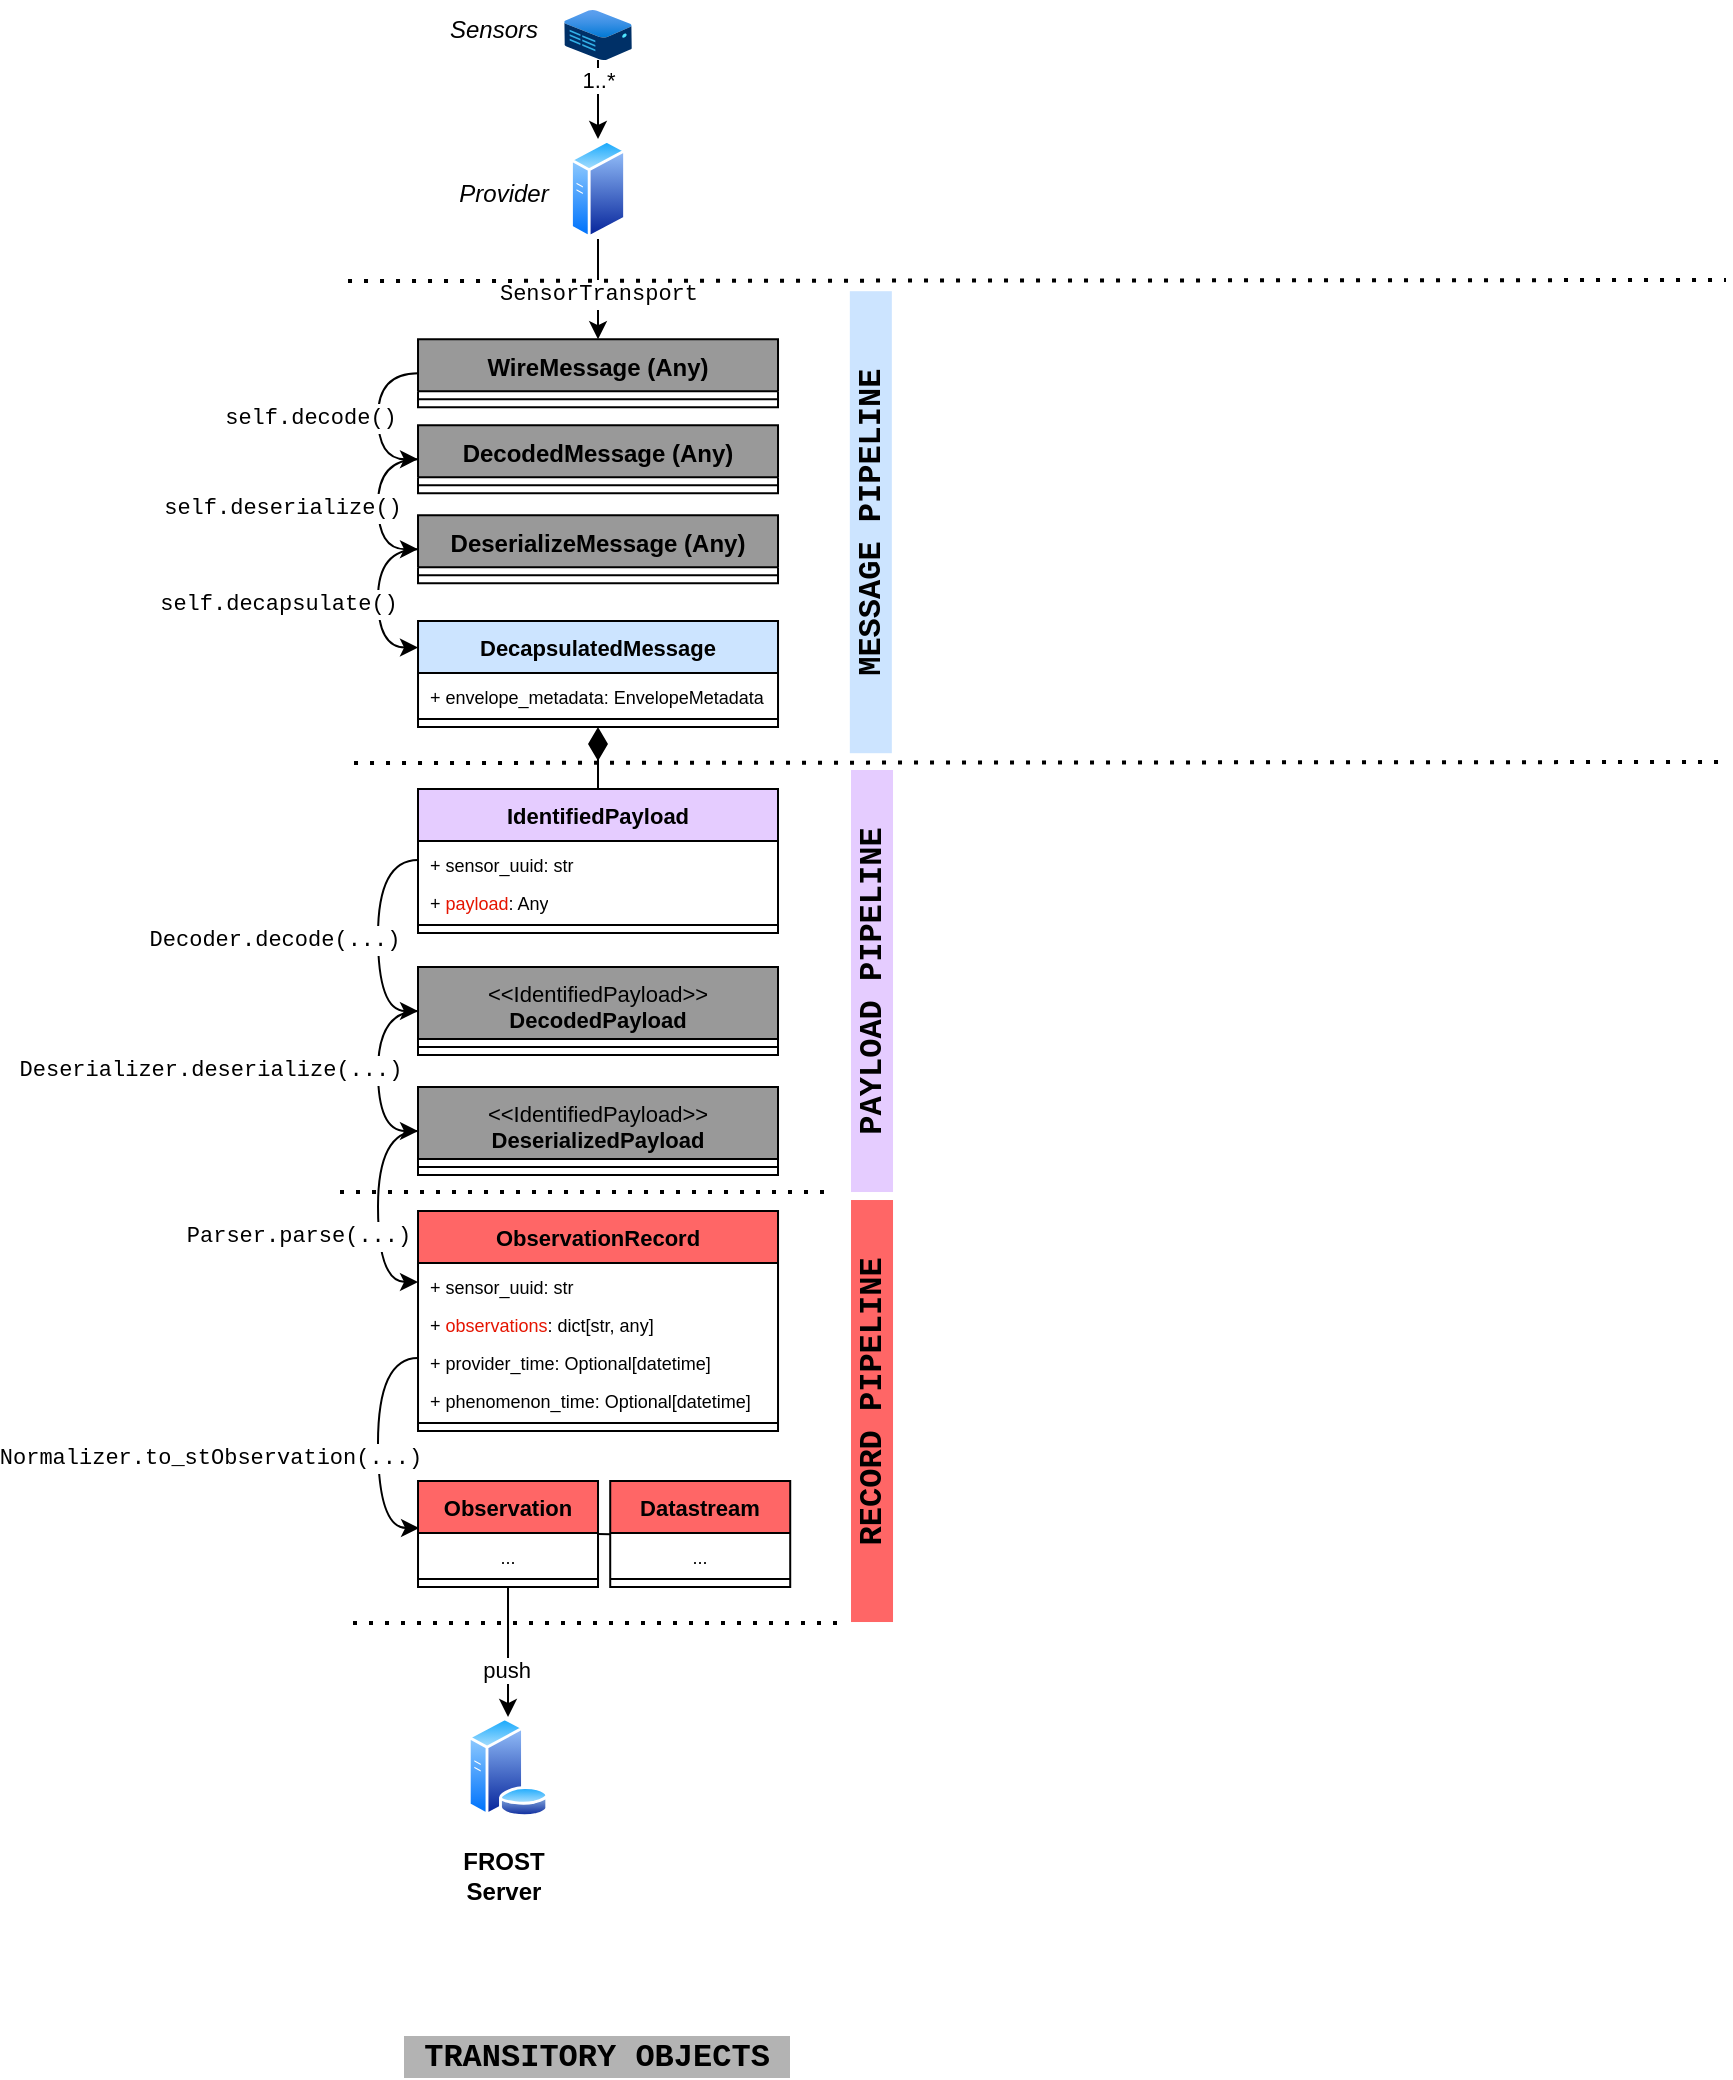
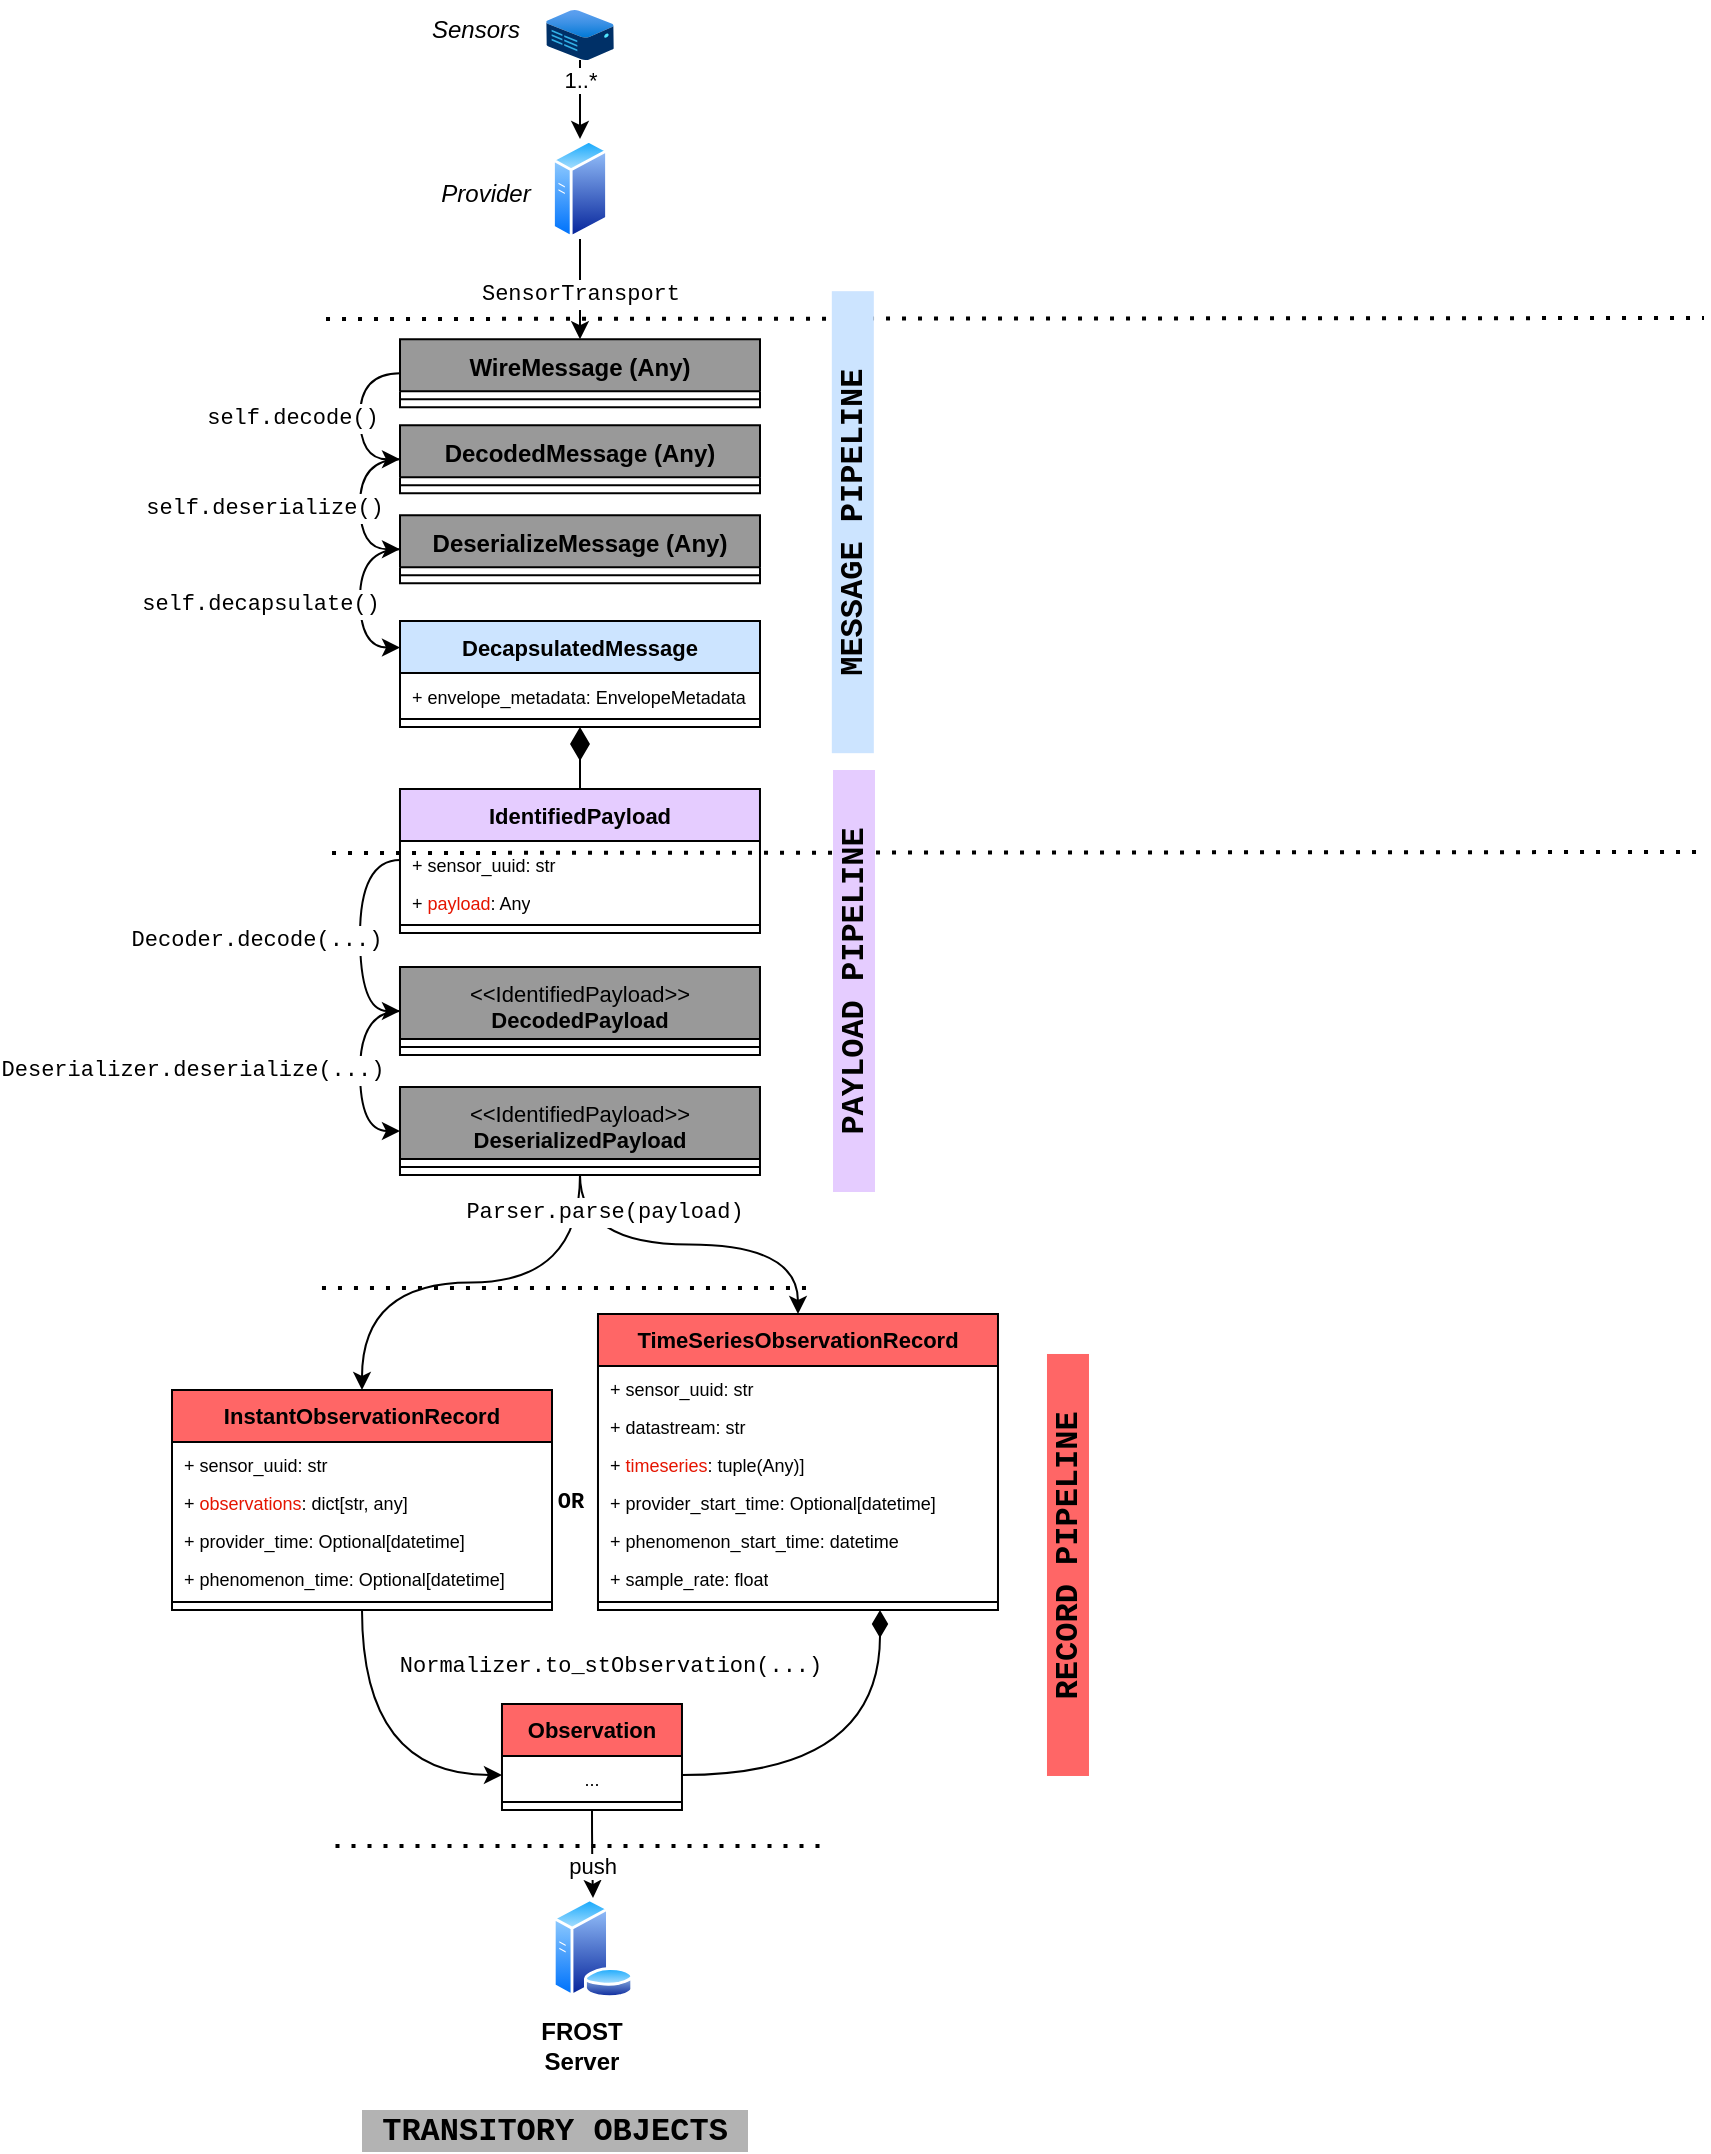
<mxfile host="app.diagrams.net">
  <diagram name="Page-1" id="zslSuMcQuhMjCawqLiqm">
-     <mxGraphModel dx="1692" dy="615" grid="0" gridSize="10" guides="1" tooltips="1" connect="1" arrows="1" fold="1" page="1" pageScale="1" pageWidth="827" pageHeight="1169" math="0" shadow="0">
+     <mxGraphModel dx="1725" dy="638" grid="0" gridSize="10" guides="1" tooltips="1" connect="1" arrows="1" fold="1" page="1" pageScale="1" pageWidth="827" pageHeight="1169" math="0" shadow="0">
      <root>
        <mxCell id="0" />
        <mxCell id="1" parent="0" />
        <mxCell id="wViumKwiQ37OSFoqWwF8-10" edge="1" parent="1" source="pTr_LYJ15uaenPGCWmsZ-1" style="edgeStyle=orthogonalEdgeStyle;rounded=0;orthogonalLoop=1;jettySize=auto;html=1;" target="wViumKwiQ37OSFoqWwF8-6">
          <mxGeometry relative="1" as="geometry" />
        </mxCell>
        <mxCell id="wViumKwiQ37OSFoqWwF8-11" connectable="0" parent="wViumKwiQ37OSFoqWwF8-10" style="edgeLabel;html=1;align=center;verticalAlign=middle;resizable=0;points=[];" value="&lt;div&gt;&lt;font face=&quot;Courier New&quot;&gt;SensorTransport&lt;/font&gt;&lt;/div&gt;" vertex="1">
          <mxGeometry relative="1" x="0.2603" as="geometry">
            <mxPoint y="-4" as="offset" />
          </mxGeometry>
        </mxCell>
        <mxCell id="pTr_LYJ15uaenPGCWmsZ-1" parent="1" style="image;aspect=fixed;perimeter=ellipsePerimeter;html=1;align=center;shadow=0;dashed=0;spacingTop=3;image=img/lib/active_directory/generic_server.svg;" value="" vertex="1">
-           <mxGeometry height="50" width="28.000000000000004" x="-427.99" y="153.5" as="geometry" />
+           <mxGeometry height="50" width="28.000000000000004" x="-426" y="108.5" as="geometry" />
        </mxCell>
        <mxCell id="pTr_LYJ15uaenPGCWmsZ-2" parent="1" style="text;html=1;whiteSpace=wrap;strokeColor=none;fillColor=none;align=center;verticalAlign=middle;rounded=0;" value="&lt;i&gt;Provider&lt;/i&gt;" vertex="1">
-           <mxGeometry height="30" width="60" x="-490.89" y="166" as="geometry" />
+           <mxGeometry height="30" width="60" x="-488.9" y="121" as="geometry" />
        </mxCell>
        <mxCell id="pTr_LYJ15uaenPGCWmsZ-45" edge="1" parent="1" source="pTr_LYJ15uaenPGCWmsZ-43" style="edgeStyle=orthogonalEdgeStyle;rounded=0;orthogonalLoop=1;jettySize=auto;html=1;" target="pTr_LYJ15uaenPGCWmsZ-1">
          <mxGeometry relative="1" as="geometry" />
        </mxCell>
        <mxCell id="wViumKwiQ37OSFoqWwF8-41" connectable="0" parent="pTr_LYJ15uaenPGCWmsZ-45" style="edgeLabel;html=1;align=center;verticalAlign=middle;resizable=0;points=[];fontFamily=Helvetica;fontSize=11;fontColor=default;labelBackgroundColor=default;" value="1..*" vertex="1">
          <mxGeometry relative="1" x="-0.6528" as="geometry">
            <mxPoint y="3" as="offset" />
          </mxGeometry>
        </mxCell>
        <mxCell id="pTr_LYJ15uaenPGCWmsZ-43" parent="1" style="image;aspect=fixed;html=1;points=[];align=center;fontSize=12;image=img/lib/azure2/other/Defender_Sensor.svg;" value="" vertex="1">
-           <mxGeometry height="25" width="33.81" x="-430.89" y="89" as="geometry" />
+           <mxGeometry height="25" width="33.81" x="-428.9" y="44" as="geometry" />
        </mxCell>
        <mxCell id="pTr_LYJ15uaenPGCWmsZ-46" parent="1" style="text;html=1;whiteSpace=wrap;strokeColor=none;fillColor=none;align=center;verticalAlign=middle;rounded=0;" value="&lt;i&gt;Sensors&lt;/i&gt;" vertex="1">
-           <mxGeometry height="30" width="60" x="-495.99" y="84" as="geometry" />
+           <mxGeometry height="30" width="60" x="-494" y="39" as="geometry" />
        </mxCell>
        <mxCell id="pTr_LYJ15uaenPGCWmsZ-48" parent="1" style="image;aspect=fixed;perimeter=ellipsePerimeter;html=1;align=center;shadow=0;dashed=0;spacingTop=3;image=img/lib/active_directory/database_server.svg;" value="" vertex="1">
-           <mxGeometry height="50" width="41" x="-479.49" y="942.5" as="geometry" />
+           <mxGeometry height="50" width="41" x="-426" y="987.9999999999998" as="geometry" />
        </mxCell>
        <mxCell id="wViumKwiQ37OSFoqWwF8-19" edge="1" parent="1" source="wViumKwiQ37OSFoqWwF8-6" style="edgeStyle=orthogonalEdgeStyle;rounded=0;orthogonalLoop=1;jettySize=auto;html=1;entryX=0;entryY=0.5;entryDx=0;entryDy=0;curved=1;exitX=0;exitY=0.5;exitDx=0;exitDy=0;" target="wViumKwiQ37OSFoqWwF8-12">
          <mxGeometry relative="1" as="geometry" />
        </mxCell>
        <mxCell id="wViumKwiQ37OSFoqWwF8-22" connectable="0" parent="wViumKwiQ37OSFoqWwF8-19" style="edgeLabel;html=1;align=center;verticalAlign=middle;resizable=0;points=[];fontFamily=Helvetica;fontSize=11;fontColor=default;labelBackgroundColor=default;" value="&lt;font face=&quot;Courier New&quot;&gt;self.decode()&lt;/font&gt;" vertex="1">
          <mxGeometry relative="1" x="-0.1099" y="-2" as="geometry">
            <mxPoint x="-32" y="5" as="offset" />
          </mxGeometry>
        </mxCell>
        <mxCell id="wViumKwiQ37OSFoqWwF8-6" parent="1" style="swimlane;fontStyle=1;align=center;verticalAlign=top;childLayout=stackLayout;horizontal=1;startSize=26;horizontalStack=0;resizeParent=1;resizeParentMax=0;resizeLast=0;collapsible=1;marginBottom=0;whiteSpace=wrap;html=1;fillColor=#999999;" value="&lt;div&gt;&lt;span style=&quot;background-color: transparent; color: light-dark(rgb(0, 0, 0), rgb(255, 255, 255));&quot;&gt;WireMessage (Any)&lt;/span&gt;&lt;/div&gt;" vertex="1">
-           <mxGeometry height="34" width="180" x="-503.99" y="253.58999999999997" as="geometry" />
+           <mxGeometry height="34" width="180" x="-502" y="208.58999999999997" as="geometry" />
        </mxCell>
        <mxCell id="wViumKwiQ37OSFoqWwF8-8" parent="wViumKwiQ37OSFoqWwF8-6" style="line;strokeWidth=1;fillColor=none;align=left;verticalAlign=middle;spacingTop=-1;spacingLeft=3;spacingRight=3;rotatable=0;labelPosition=right;points=[];portConstraint=eastwest;strokeColor=inherit;" value="" vertex="1">
          <mxGeometry height="8" width="180" y="26" as="geometry" />
        </mxCell>
        <mxCell id="wViumKwiQ37OSFoqWwF8-21" edge="1" parent="1" source="wViumKwiQ37OSFoqWwF8-12" style="edgeStyle=orthogonalEdgeStyle;shape=connector;curved=1;rounded=0;orthogonalLoop=1;jettySize=auto;html=1;entryX=0;entryY=0.5;entryDx=0;entryDy=0;strokeColor=default;align=center;verticalAlign=middle;fontFamily=Helvetica;fontSize=11;fontColor=default;labelBackgroundColor=default;endArrow=classic;exitX=0;exitY=0.5;exitDx=0;exitDy=0;" target="wViumKwiQ37OSFoqWwF8-14">
          <mxGeometry relative="1" as="geometry" />
        </mxCell>
        <mxCell id="wViumKwiQ37OSFoqWwF8-12" parent="1" style="swimlane;fontStyle=1;align=center;verticalAlign=top;childLayout=stackLayout;horizontal=1;startSize=26;horizontalStack=0;resizeParent=1;resizeParentMax=0;resizeLast=0;collapsible=1;marginBottom=0;whiteSpace=wrap;html=1;fillColor=#999999;" value="&lt;div&gt;&lt;span style=&quot;background-color: transparent; color: light-dark(rgb(0, 0, 0), rgb(255, 255, 255));&quot;&gt;DecodedMessage (Any)&lt;/span&gt;&lt;/div&gt;" vertex="1">
-           <mxGeometry height="34" width="180" x="-503.99" y="296.59" as="geometry" />
+           <mxGeometry height="34" width="180" x="-502" y="251.58999999999997" as="geometry" />
        </mxCell>
        <mxCell id="wViumKwiQ37OSFoqWwF8-13" parent="wViumKwiQ37OSFoqWwF8-12" style="line;strokeWidth=1;fillColor=none;align=left;verticalAlign=middle;spacingTop=-1;spacingLeft=3;spacingRight=3;rotatable=0;labelPosition=right;points=[];portConstraint=eastwest;strokeColor=inherit;" value="" vertex="1">
          <mxGeometry height="8" width="180" y="26" as="geometry" />
        </mxCell>
        <mxCell id="wViumKwiQ37OSFoqWwF8-38" edge="1" parent="1" source="wViumKwiQ37OSFoqWwF8-14" style="edgeStyle=orthogonalEdgeStyle;shape=connector;curved=1;rounded=0;orthogonalLoop=1;jettySize=auto;html=1;entryX=0;entryY=0.25;entryDx=0;entryDy=0;strokeColor=default;align=center;verticalAlign=middle;fontFamily=Helvetica;fontSize=11;fontColor=default;labelBackgroundColor=default;endArrow=classic;exitX=0;exitY=0.5;exitDx=0;exitDy=0;" target="wViumKwiQ37OSFoqWwF8-27">
          <mxGeometry relative="1" as="geometry" />
        </mxCell>
        <mxCell id="wViumKwiQ37OSFoqWwF8-14" parent="1" style="swimlane;fontStyle=1;align=center;verticalAlign=top;childLayout=stackLayout;horizontal=1;startSize=26;horizontalStack=0;resizeParent=1;resizeParentMax=0;resizeLast=0;collapsible=1;marginBottom=0;whiteSpace=wrap;html=1;fillColor=#999999;" value="&lt;div&gt;&lt;span style=&quot;background-color: transparent; color: light-dark(rgb(0, 0, 0), rgb(255, 255, 255));&quot;&gt;DeserializeMessage (Any)&lt;/span&gt;&lt;/div&gt;" vertex="1">
-           <mxGeometry height="34" width="180" x="-503.99" y="341.59" as="geometry" />
+           <mxGeometry height="34" width="180" x="-502" y="296.59" as="geometry" />
        </mxCell>
        <mxCell id="wViumKwiQ37OSFoqWwF8-15" parent="wViumKwiQ37OSFoqWwF8-14" style="line;strokeWidth=1;fillColor=none;align=left;verticalAlign=middle;spacingTop=-1;spacingLeft=3;spacingRight=3;rotatable=0;labelPosition=right;points=[];portConstraint=eastwest;strokeColor=inherit;" value="" vertex="1">
          <mxGeometry height="8" width="180" y="26" as="geometry" />
        </mxCell>
        <mxCell id="wViumKwiQ37OSFoqWwF8-23" connectable="0" parent="1" style="edgeLabel;html=1;align=center;verticalAlign=middle;resizable=0;points=[];fontFamily=Helvetica;fontSize=11;fontColor=default;labelBackgroundColor=default;" value="&lt;font face=&quot;Courier New&quot;&gt;self.deserialize()&lt;/font&gt;" vertex="1">
-           <mxGeometry x="-571.99" y="337.5" as="geometry" />
+           <mxGeometry x="-570" y="292.5" as="geometry" />
        </mxCell>
        <mxCell id="wViumKwiQ37OSFoqWwF8-27" parent="1" style="swimlane;fontStyle=1;align=center;verticalAlign=top;childLayout=stackLayout;horizontal=1;startSize=26;horizontalStack=0;resizeParent=1;resizeParentMax=0;resizeLast=0;collapsible=1;marginBottom=0;whiteSpace=wrap;html=1;fontFamily=Helvetica;fontSize=11;fontColor=default;labelBackgroundColor=none;gradientColor=none;fillColor=#CCE4FF;" value="DecapsulatedMessage" vertex="1">
-           <mxGeometry height="53" width="180" x="-503.99" y="394.5" as="geometry" />
+           <mxGeometry height="53" width="180" x="-502" y="349.5" as="geometry" />
        </mxCell>
        <mxCell id="wViumKwiQ37OSFoqWwF8-28" parent="wViumKwiQ37OSFoqWwF8-27" style="text;strokeColor=none;fillColor=none;align=left;verticalAlign=top;spacingLeft=4;spacingRight=4;overflow=hidden;rotatable=0;points=[[0,0.5],[1,0.5]];portConstraint=eastwest;whiteSpace=wrap;html=1;fontFamily=Helvetica;fontSize=9;fontColor=default;labelBackgroundColor=default;" value="+ envelope_metadata: EnvelopeMetadata" vertex="1">
          <mxGeometry height="19" width="180" y="26" as="geometry" />
        </mxCell>
        <mxCell id="wViumKwiQ37OSFoqWwF8-29" parent="wViumKwiQ37OSFoqWwF8-27" style="line;strokeWidth=1;fillColor=none;align=left;verticalAlign=middle;spacingTop=-1;spacingLeft=3;spacingRight=3;rotatable=0;labelPosition=right;points=[];portConstraint=eastwest;strokeColor=inherit;fontFamily=Helvetica;fontSize=11;fontColor=default;labelBackgroundColor=default;" value="" vertex="1">
          <mxGeometry height="8" width="180" y="45" as="geometry" />
        </mxCell>
        <mxCell id="wViumKwiQ37OSFoqWwF8-66" edge="1" parent="1" source="wViumKwiQ37OSFoqWwF8-37" style="edgeStyle=orthogonalEdgeStyle;shape=connector;rounded=0;orthogonalLoop=1;jettySize=auto;html=1;entryX=0;entryY=0.5;entryDx=0;entryDy=0;strokeColor=default;align=center;verticalAlign=middle;fontFamily=Helvetica;fontSize=11;fontColor=default;labelBackgroundColor=default;endArrow=classic;endFill=1;endSize=6;curved=1;exitX=0;exitY=0.5;exitDx=0;exitDy=0;" target="wViumKwiQ37OSFoqWwF8-59">
          <mxGeometry relative="1" as="geometry" />
        </mxCell>
        <mxCell id="wViumKwiQ37OSFoqWwF8-72" connectable="0" parent="wViumKwiQ37OSFoqWwF8-66" style="edgeLabel;html=1;align=center;verticalAlign=middle;resizable=0;points=[];fontFamily=Helvetica;fontSize=11;fontColor=default;labelBackgroundColor=default;" value="&lt;font face=&quot;Courier New&quot;&gt;Decoder.decode(...)&lt;/font&gt;" vertex="1">
          <mxGeometry relative="1" x="0.0183" y="-1" as="geometry">
            <mxPoint x="-51" y="1" as="offset" />
          </mxGeometry>
        </mxCell>
        <mxCell id="wViumKwiQ37OSFoqWwF8-77" edge="1" parent="1" source="wViumKwiQ37OSFoqWwF8-32" style="edgeStyle=orthogonalEdgeStyle;shape=connector;curved=1;rounded=0;orthogonalLoop=1;jettySize=auto;html=1;strokeColor=default;align=center;verticalAlign=middle;fontFamily=Helvetica;fontSize=11;fontColor=default;labelBackgroundColor=default;endArrow=diamondThin;endFill=1;endSize=14;" target="wViumKwiQ37OSFoqWwF8-27">
          <mxGeometry relative="1" as="geometry" />
        </mxCell>
        <mxCell id="wViumKwiQ37OSFoqWwF8-32" parent="1" style="swimlane;fontStyle=1;align=center;verticalAlign=top;childLayout=stackLayout;horizontal=1;startSize=26;horizontalStack=0;resizeParent=1;resizeParentMax=0;resizeLast=0;collapsible=1;marginBottom=0;whiteSpace=wrap;html=1;fontFamily=Helvetica;fontSize=11;fontColor=default;labelBackgroundColor=none;gradientColor=none;fillColor=#E5CCFF;" value="IdentifiedPayload" vertex="1">
-           <mxGeometry height="72" width="180" x="-504" y="478.5" as="geometry" />
+           <mxGeometry height="72" width="180" x="-502.01" y="433.5" as="geometry" />
        </mxCell>
        <mxCell id="wViumKwiQ37OSFoqWwF8-37" parent="wViumKwiQ37OSFoqWwF8-32" style="text;strokeColor=none;fillColor=none;align=left;verticalAlign=top;spacingLeft=4;spacingRight=4;overflow=hidden;rotatable=0;points=[[0,0.5],[1,0.5]];portConstraint=eastwest;whiteSpace=wrap;html=1;fontFamily=Helvetica;fontSize=9;fontColor=default;labelBackgroundColor=default;" value="+ sensor_uuid: str" vertex="1">
          <mxGeometry height="19" width="180" y="26" as="geometry" />
        </mxCell>
        <mxCell id="wViumKwiQ37OSFoqWwF8-33" parent="wViumKwiQ37OSFoqWwF8-32" style="text;strokeColor=none;fillColor=none;align=left;verticalAlign=top;spacingLeft=4;spacingRight=4;overflow=hidden;rotatable=0;points=[[0,0.5],[1,0.5]];portConstraint=eastwest;whiteSpace=wrap;html=1;fontFamily=Helvetica;fontSize=9;fontColor=default;labelBackgroundColor=default;" value="+ &lt;font style=&quot;color: rgb(229, 20, 0);&quot;&gt;payload&lt;/font&gt;: Any" vertex="1">
          <mxGeometry height="19" width="180" y="45" as="geometry" />
        </mxCell>
        <mxCell id="wViumKwiQ37OSFoqWwF8-34" parent="wViumKwiQ37OSFoqWwF8-32" style="line;strokeWidth=1;fillColor=none;align=left;verticalAlign=middle;spacingTop=-1;spacingLeft=3;spacingRight=3;rotatable=0;labelPosition=right;points=[];portConstraint=eastwest;strokeColor=inherit;fontFamily=Helvetica;fontSize=11;fontColor=default;labelBackgroundColor=default;" value="" vertex="1">
          <mxGeometry height="8" width="180" y="64" as="geometry" />
        </mxCell>
        <mxCell id="wViumKwiQ37OSFoqWwF8-39" connectable="0" parent="1" style="edgeLabel;html=1;align=center;verticalAlign=middle;resizable=0;points=[];fontFamily=Helvetica;fontSize=11;fontColor=default;labelBackgroundColor=default;" value="&lt;font face=&quot;Courier New&quot;&gt;self.decapsulate()&lt;/font&gt;" vertex="1">
-           <mxGeometry x="-573.99" y="385.5" as="geometry" />
-         </mxCell>
-         <mxCell id="wViumKwiQ37OSFoqWwF8-92" edge="1" parent="1" source="wViumKwiQ37OSFoqWwF8-89" style="edgeStyle=orthogonalEdgeStyle;shape=connector;curved=1;rounded=0;orthogonalLoop=1;jettySize=auto;html=1;strokeColor=default;align=center;verticalAlign=middle;fontFamily=Helvetica;fontSize=11;fontColor=default;labelBackgroundColor=default;endArrow=classic;endFill=1;endSize=6;exitX=0;exitY=0.5;exitDx=0;exitDy=0;entryX=0.006;entryY=-0.13;entryDx=0;entryDy=0;entryPerimeter=0;" target="wViumKwiQ37OSFoqWwF8-85">
-           <mxGeometry relative="1" as="geometry">
-             <mxPoint x="-542.99" y="864.5" as="targetPoint" />
-           </mxGeometry>
-         </mxCell>
-         <mxCell id="wViumKwiQ37OSFoqWwF8-55" parent="1" style="swimlane;fontStyle=1;align=center;verticalAlign=top;childLayout=stackLayout;horizontal=1;startSize=26;horizontalStack=0;resizeParent=1;resizeParentMax=0;resizeLast=0;collapsible=1;marginBottom=0;whiteSpace=wrap;html=1;fontFamily=Helvetica;fontSize=11;fontColor=default;labelBackgroundColor=none;gradientColor=none;fillColor=#FF6666;" value="ObservationRecord" vertex="1">
-           <mxGeometry height="110" width="180" x="-503.99" y="689.5" as="geometry" />
+           <mxGeometry x="-572" y="340.5" as="geometry" />
+         </mxCell>
+         <mxCell id="fLMfXwi8_ERL1RYvXCFI-24" edge="1" parent="1" source="wViumKwiQ37OSFoqWwF8-55" style="edgeStyle=orthogonalEdgeStyle;shape=connector;curved=1;rounded=0;orthogonalLoop=1;jettySize=auto;html=1;strokeColor=default;align=center;verticalAlign=middle;fontFamily=Helvetica;fontSize=11;fontColor=default;labelBackgroundColor=default;endArrow=classic;endFill=1;endSize=6;" target="wViumKwiQ37OSFoqWwF8-85">
+           <mxGeometry relative="1" as="geometry" />
+         </mxCell>
+         <mxCell id="wViumKwiQ37OSFoqWwF8-55" parent="1" style="swimlane;fontStyle=1;align=center;verticalAlign=top;childLayout=stackLayout;horizontal=1;startSize=26;horizontalStack=0;resizeParent=1;resizeParentMax=0;resizeLast=0;collapsible=1;marginBottom=0;whiteSpace=wrap;html=1;fontFamily=Helvetica;fontSize=11;fontColor=default;labelBackgroundColor=none;gradientColor=none;fillColor=#FF6666;" value="InstantObservationRecord" vertex="1">
+           <mxGeometry height="110" width="190" x="-616" y="734" as="geometry" />
        </mxCell>
        <mxCell id="wViumKwiQ37OSFoqWwF8-56" parent="wViumKwiQ37OSFoqWwF8-55" style="text;strokeColor=none;fillColor=none;align=left;verticalAlign=top;spacingLeft=4;spacingRight=4;overflow=hidden;rotatable=0;points=[[0,0.5],[1,0.5]];portConstraint=eastwest;whiteSpace=wrap;html=1;fontFamily=Helvetica;fontSize=9;fontColor=default;labelBackgroundColor=default;" value="+ sensor_uuid: str" vertex="1">
-           <mxGeometry height="19" width="180" y="26" as="geometry" />
+           <mxGeometry height="19" width="190" y="26" as="geometry" />
        </mxCell>
        <mxCell id="wViumKwiQ37OSFoqWwF8-75" parent="wViumKwiQ37OSFoqWwF8-55" style="text;strokeColor=none;fillColor=none;align=left;verticalAlign=top;spacingLeft=4;spacingRight=4;overflow=hidden;rotatable=0;points=[[0,0.5],[1,0.5]];portConstraint=eastwest;whiteSpace=wrap;html=1;fontFamily=Helvetica;fontSize=9;fontColor=default;labelBackgroundColor=default;" value="+ &lt;font style=&quot;color: rgb(229, 20, 0);&quot;&gt;observations&lt;/font&gt;: dict[str, any]" vertex="1">
-           <mxGeometry height="19" width="180" y="45" as="geometry" />
+           <mxGeometry height="19" width="190" y="45" as="geometry" />
        </mxCell>
        <mxCell id="wViumKwiQ37OSFoqWwF8-89" parent="wViumKwiQ37OSFoqWwF8-55" style="text;strokeColor=none;fillColor=none;align=left;verticalAlign=top;spacingLeft=4;spacingRight=4;overflow=hidden;rotatable=0;points=[[0,0.5],[1,0.5]];portConstraint=eastwest;whiteSpace=wrap;html=1;fontFamily=Helvetica;fontSize=9;fontColor=default;labelBackgroundColor=default;" value="+ &lt;font style=&quot;color: rgb(0, 0, 0);&quot;&gt;provider_time&lt;/font&gt;: Optional[datetime]" vertex="1">
-           <mxGeometry height="19" width="180" y="64" as="geometry" />
+           <mxGeometry height="19" width="190" y="64" as="geometry" />
        </mxCell>
        <mxCell id="wViumKwiQ37OSFoqWwF8-90" parent="wViumKwiQ37OSFoqWwF8-55" style="text;strokeColor=none;fillColor=none;align=left;verticalAlign=top;spacingLeft=4;spacingRight=4;overflow=hidden;rotatable=0;points=[[0,0.5],[1,0.5]];portConstraint=eastwest;whiteSpace=wrap;html=1;fontFamily=Helvetica;fontSize=9;fontColor=default;labelBackgroundColor=default;" value="+ &lt;font style=&quot;color: rgb(0, 0, 0);&quot;&gt;phenomenon_time&lt;/font&gt;: Optional[datetime]" vertex="1">
-           <mxGeometry height="19" width="180" y="83" as="geometry" />
+           <mxGeometry height="19" width="190" y="83" as="geometry" />
        </mxCell>
        <mxCell id="wViumKwiQ37OSFoqWwF8-57" parent="wViumKwiQ37OSFoqWwF8-55" style="line;strokeWidth=1;fillColor=none;align=left;verticalAlign=middle;spacingTop=-1;spacingLeft=3;spacingRight=3;rotatable=0;labelPosition=right;points=[];portConstraint=eastwest;strokeColor=inherit;fontFamily=Helvetica;fontSize=11;fontColor=default;labelBackgroundColor=default;" value="" vertex="1">
-           <mxGeometry height="8" width="180" y="102" as="geometry" />
+           <mxGeometry height="8" width="190" y="102" as="geometry" />
        </mxCell>
        <mxCell id="wViumKwiQ37OSFoqWwF8-71" edge="1" parent="1" source="wViumKwiQ37OSFoqWwF8-59" style="edgeStyle=orthogonalEdgeStyle;shape=connector;curved=1;rounded=0;orthogonalLoop=1;jettySize=auto;html=1;strokeColor=default;align=center;verticalAlign=middle;fontFamily=Helvetica;fontSize=11;fontColor=default;labelBackgroundColor=default;endArrow=classic;endFill=1;endSize=6;entryX=0;entryY=0.5;entryDx=0;entryDy=0;exitX=0;exitY=0.5;exitDx=0;exitDy=0;" target="wViumKwiQ37OSFoqWwF8-67">
          <mxGeometry relative="1" as="geometry" />
        </mxCell>
        <mxCell id="wViumKwiQ37OSFoqWwF8-59" parent="1" style="swimlane;fontStyle=1;align=center;verticalAlign=top;childLayout=stackLayout;horizontal=1;startSize=36;horizontalStack=0;resizeParent=1;resizeParentMax=0;resizeLast=0;collapsible=1;marginBottom=0;whiteSpace=wrap;html=1;fontFamily=Helvetica;fontSize=11;fontColor=default;labelBackgroundColor=none;fillColor=#999999;" value="&lt;span style=&quot;font-weight: normal;&quot;&gt;&amp;lt;&amp;lt;IdentifiedPayload&amp;gt;&amp;gt;&lt;/span&gt;&lt;div&gt;DecodedPayload&lt;/div&gt;" vertex="1">
-           <mxGeometry height="44" width="180" x="-504" y="567.5" as="geometry" />
+           <mxGeometry height="44" width="180" x="-502.01" y="522.5" as="geometry" />
        </mxCell>
        <mxCell id="wViumKwiQ37OSFoqWwF8-61" parent="wViumKwiQ37OSFoqWwF8-59" style="line;strokeWidth=1;fillColor=none;align=left;verticalAlign=middle;spacingTop=-1;spacingLeft=3;spacingRight=3;rotatable=0;labelPosition=right;points=[];portConstraint=eastwest;strokeColor=inherit;fontFamily=Helvetica;fontSize=11;fontColor=default;labelBackgroundColor=default;" value="" vertex="1">
          <mxGeometry height="8" width="180" y="36" as="geometry" />
        </mxCell>
-         <mxCell id="wViumKwiQ37OSFoqWwF8-79" edge="1" parent="1" source="wViumKwiQ37OSFoqWwF8-67" style="edgeStyle=orthogonalEdgeStyle;shape=connector;curved=1;rounded=0;orthogonalLoop=1;jettySize=auto;html=1;entryX=0;entryY=0.5;entryDx=0;entryDy=0;strokeColor=default;align=center;verticalAlign=middle;fontFamily=Helvetica;fontSize=11;fontColor=default;labelBackgroundColor=default;endArrow=classic;endFill=1;endSize=6;exitX=0;exitY=0.5;exitDx=0;exitDy=0;" target="wViumKwiQ37OSFoqWwF8-56">
+         <mxCell id="wViumKwiQ37OSFoqWwF8-79" edge="1" parent="1" source="wViumKwiQ37OSFoqWwF8-67" style="edgeStyle=orthogonalEdgeStyle;shape=connector;curved=1;rounded=0;orthogonalLoop=1;jettySize=auto;html=1;entryX=0.5;entryY=0;entryDx=0;entryDy=0;strokeColor=default;align=center;verticalAlign=middle;fontFamily=Helvetica;fontSize=11;fontColor=default;labelBackgroundColor=default;endArrow=classic;endFill=1;endSize=6;exitX=0.5;exitY=1;exitDx=0;exitDy=0;" target="wViumKwiQ37OSFoqWwF8-55">
+           <mxGeometry relative="1" as="geometry" />
+         </mxCell>
+         <mxCell id="fLMfXwi8_ERL1RYvXCFI-21" edge="1" parent="1" source="wViumKwiQ37OSFoqWwF8-67" style="edgeStyle=orthogonalEdgeStyle;shape=connector;curved=1;rounded=0;orthogonalLoop=1;jettySize=auto;html=1;strokeColor=default;align=center;verticalAlign=middle;fontFamily=Helvetica;fontSize=11;fontColor=default;labelBackgroundColor=default;endArrow=classic;endFill=1;endSize=6;" target="fLMfXwi8_ERL1RYvXCFI-10">
          <mxGeometry relative="1" as="geometry" />
        </mxCell>
        <mxCell id="wViumKwiQ37OSFoqWwF8-67" parent="1" style="swimlane;fontStyle=1;align=center;verticalAlign=top;childLayout=stackLayout;horizontal=1;startSize=36;horizontalStack=0;resizeParent=1;resizeParentMax=0;resizeLast=0;collapsible=1;marginBottom=0;whiteSpace=wrap;html=1;fontFamily=Helvetica;fontSize=11;fontColor=default;labelBackgroundColor=none;fillColor=#999999;" value="&lt;span style=&quot;font-weight: normal;&quot;&gt;&amp;lt;&amp;lt;IdentifiedPayload&amp;gt;&amp;gt;&lt;/span&gt;&lt;div&gt;DeserializedPayload&lt;/div&gt;" vertex="1">
-           <mxGeometry height="44" width="180" x="-504" y="627.5" as="geometry" />
+           <mxGeometry height="44" width="180" x="-502.01" y="582.5" as="geometry" />
        </mxCell>
        <mxCell id="wViumKwiQ37OSFoqWwF8-68" parent="wViumKwiQ37OSFoqWwF8-67" style="line;strokeWidth=1;fillColor=none;align=left;verticalAlign=middle;spacingTop=-1;spacingLeft=3;spacingRight=3;rotatable=0;labelPosition=right;points=[];portConstraint=eastwest;strokeColor=inherit;fontFamily=Helvetica;fontSize=11;fontColor=default;labelBackgroundColor=default;" value="" vertex="1">
          <mxGeometry height="8" width="180" y="36" as="geometry" />
        </mxCell>
        <mxCell id="wViumKwiQ37OSFoqWwF8-74" connectable="0" parent="1" style="edgeLabel;html=1;align=center;verticalAlign=middle;resizable=0;points=[];fontFamily=Helvetica;fontSize=11;fontColor=default;labelBackgroundColor=default;" value="&lt;font face=&quot;Courier New&quot;&gt;Deserializer.deserialize(...)&lt;/font&gt;" vertex="1">
-           <mxGeometry x="-611" y="623.5" as="geometry">
+           <mxGeometry x="-609.01" y="578.5" as="geometry">
            <mxPoint x="3" y="-5" as="offset" />
          </mxGeometry>
        </mxCell>
-         <mxCell id="wViumKwiQ37OSFoqWwF8-80" connectable="0" parent="1" style="edgeLabel;html=1;align=center;verticalAlign=middle;resizable=0;points=[];fontFamily=Helvetica;fontSize=11;fontColor=default;labelBackgroundColor=default;" value="&lt;font face=&quot;Courier New&quot;&gt;Parser.parse(...)&lt;/font&gt;" vertex="1">
-           <mxGeometry x="-567" y="707" as="geometry">
+         <mxCell id="wViumKwiQ37OSFoqWwF8-80" connectable="0" parent="1" style="edgeLabel;html=1;align=center;verticalAlign=middle;resizable=0;points=[];fontFamily=Helvetica;fontSize=11;fontColor=default;labelBackgroundColor=default;" value="&lt;font face=&quot;Courier New&quot;&gt;Parser.parse(payload)&lt;/font&gt;" vertex="1">
+           <mxGeometry x="-403.01" y="650" as="geometry">
            <mxPoint x="3" y="-5" as="offset" />
          </mxGeometry>
        </mxCell>
        <mxCell id="wViumKwiQ37OSFoqWwF8-104" edge="1" parent="1" source="wViumKwiQ37OSFoqWwF8-84" style="edgeStyle=orthogonalEdgeStyle;shape=connector;curved=1;rounded=0;orthogonalLoop=1;jettySize=auto;html=1;strokeColor=default;align=center;verticalAlign=middle;fontFamily=Helvetica;fontSize=11;fontColor=default;labelBackgroundColor=default;endArrow=classic;endFill=1;endSize=6;" target="pTr_LYJ15uaenPGCWmsZ-48">
          <mxGeometry relative="1" as="geometry" />
        </mxCell>
        <mxCell id="wViumKwiQ37OSFoqWwF8-105" connectable="0" parent="wViumKwiQ37OSFoqWwF8-104" style="edgeLabel;html=1;align=center;verticalAlign=middle;resizable=0;points=[];fontFamily=Helvetica;fontSize=11;fontColor=default;labelBackgroundColor=default;" value="push" vertex="1">
          <mxGeometry relative="1" x="0.2795" y="-1" as="geometry">
            <mxPoint as="offset" />
          </mxGeometry>
        </mxCell>
        <mxCell id="wViumKwiQ37OSFoqWwF8-84" parent="1" style="swimlane;fontStyle=1;align=center;verticalAlign=top;childLayout=stackLayout;horizontal=1;startSize=26;horizontalStack=0;resizeParent=1;resizeParentMax=0;resizeLast=0;collapsible=1;marginBottom=0;whiteSpace=wrap;html=1;fontFamily=Helvetica;fontSize=11;fontColor=default;labelBackgroundColor=none;gradientColor=none;fillColor=#FF6666;" value="Observation" vertex="1">
-           <mxGeometry height="53" width="90" x="-503.99" y="824.5" as="geometry" />
+           <mxGeometry height="53" width="90" x="-451.01" y="891" as="geometry" />
        </mxCell>
        <mxCell id="wViumKwiQ37OSFoqWwF8-85" parent="wViumKwiQ37OSFoqWwF8-84" style="text;strokeColor=none;fillColor=none;align=center;verticalAlign=top;spacingLeft=4;spacingRight=4;overflow=hidden;rotatable=0;points=[[0,0.5],[1,0.5]];portConstraint=eastwest;whiteSpace=wrap;html=1;fontFamily=Helvetica;fontSize=9;fontColor=default;labelBackgroundColor=default;" value="..." vertex="1">
          <mxGeometry height="19" width="90" y="26" as="geometry" />
        </mxCell>
        <mxCell id="wViumKwiQ37OSFoqWwF8-87" parent="wViumKwiQ37OSFoqWwF8-84" style="line;strokeWidth=1;fillColor=none;align=left;verticalAlign=middle;spacingTop=-1;spacingLeft=3;spacingRight=3;rotatable=0;labelPosition=right;points=[];portConstraint=eastwest;strokeColor=inherit;fontFamily=Helvetica;fontSize=11;fontColor=default;labelBackgroundColor=default;" value="" vertex="1">
          <mxGeometry height="8" width="90" y="45" as="geometry" />
        </mxCell>
-         <mxCell id="wViumKwiQ37OSFoqWwF8-93" connectable="0" parent="1" style="edgeLabel;html=1;align=center;verticalAlign=middle;resizable=0;points=[];fontFamily=Helvetica;fontSize=11;fontColor=default;labelBackgroundColor=default;" value="&lt;font face=&quot;Courier New&quot;&gt;Normalizer.to_stObservation(...)&lt;/font&gt;" vertex="1">
-           <mxGeometry x="-611" y="817.5" as="geometry">
-             <mxPoint x="3" y="-5" as="offset" />
-           </mxGeometry>
-         </mxCell>
-         <mxCell id="wViumKwiQ37OSFoqWwF8-100" parent="1" style="swimlane;fontStyle=1;align=center;verticalAlign=top;childLayout=stackLayout;horizontal=1;startSize=26;horizontalStack=0;resizeParent=1;resizeParentMax=0;resizeLast=0;collapsible=1;marginBottom=0;whiteSpace=wrap;html=1;fontFamily=Helvetica;fontSize=11;fontColor=default;labelBackgroundColor=none;gradientColor=none;fillColor=#FF6666;" value="Datastream" vertex="1">
-           <mxGeometry height="53" width="90" x="-407.89" y="824.5" as="geometry" />
-         </mxCell>
-         <mxCell id="wViumKwiQ37OSFoqWwF8-101" parent="wViumKwiQ37OSFoqWwF8-100" style="text;strokeColor=none;fillColor=none;align=center;verticalAlign=top;spacingLeft=4;spacingRight=4;overflow=hidden;rotatable=0;points=[[0,0.5],[1,0.5]];portConstraint=eastwest;whiteSpace=wrap;html=1;fontFamily=Helvetica;fontSize=9;fontColor=default;labelBackgroundColor=default;" value="..." vertex="1">
-           <mxGeometry height="19" width="90" y="26" as="geometry" />
-         </mxCell>
-         <mxCell id="wViumKwiQ37OSFoqWwF8-103" parent="wViumKwiQ37OSFoqWwF8-100" style="line;strokeWidth=1;fillColor=none;align=left;verticalAlign=middle;spacingTop=-1;spacingLeft=3;spacingRight=3;rotatable=0;labelPosition=right;points=[];portConstraint=eastwest;strokeColor=inherit;fontFamily=Helvetica;fontSize=11;fontColor=default;labelBackgroundColor=default;" value="" vertex="1">
-           <mxGeometry height="8" width="90" y="45" as="geometry" />
-         </mxCell>
        <mxCell id="wViumKwiQ37OSFoqWwF8-106" parent="1" style="text;html=1;whiteSpace=wrap;strokeColor=none;fillColor=none;align=center;verticalAlign=middle;rounded=0;" value="&lt;b&gt;FROST&lt;/b&gt;&lt;div&gt;&lt;b&gt;Server&lt;/b&gt;&lt;/div&gt;" vertex="1">
-           <mxGeometry height="30" width="60" x="-490.89" y="1006.5" as="geometry" />
+           <mxGeometry height="30" width="60" x="-441.01" y="1047" as="geometry" />
        </mxCell>
        <mxCell id="wViumKwiQ37OSFoqWwF8-107" edge="1" parent="1" style="endArrow=none;dashed=1;html=1;dashPattern=1 3;strokeWidth=2;rounded=0;strokeColor=default;align=center;verticalAlign=middle;fontFamily=Helvetica;fontSize=11;fontColor=default;labelBackgroundColor=default;endSize=6;" value="">
          <mxGeometry height="50" relative="1" width="50" as="geometry">
            <mxPoint x="-535.99" y="465.5" as="sourcePoint" />
            <mxPoint x="150" y="465" as="targetPoint" />
          </mxGeometry>
        </mxCell>
        <mxCell id="wViumKwiQ37OSFoqWwF8-108" edge="1" parent="1" style="endArrow=none;dashed=1;html=1;dashPattern=1 3;strokeWidth=2;rounded=0;strokeColor=default;align=center;verticalAlign=middle;fontFamily=Helvetica;fontSize=11;fontColor=default;labelBackgroundColor=default;endSize=6;" value="">
          <mxGeometry height="50" relative="1" width="50" as="geometry">
-             <mxPoint x="-538.99" y="224.5" as="sourcePoint" />
-             <mxPoint x="150" y="224" as="targetPoint" />
+             <mxPoint x="-538.99" y="198.5" as="sourcePoint" />
+             <mxPoint x="150" y="198" as="targetPoint" />
          </mxGeometry>
        </mxCell>
        <mxCell id="wViumKwiQ37OSFoqWwF8-109" edge="1" parent="1" style="endArrow=none;dashed=1;html=1;dashPattern=1 3;strokeWidth=2;rounded=0;strokeColor=default;align=center;verticalAlign=middle;fontFamily=Helvetica;fontSize=11;fontColor=default;labelBackgroundColor=default;endSize=6;" value="">
          <mxGeometry height="50" relative="1" width="50" as="geometry">
-             <mxPoint x="-536.5" y="895.5" as="sourcePoint" />
-             <mxPoint x="-291.99" y="895.5" as="targetPoint" />
+             <mxPoint x="-534.25" y="962" as="sourcePoint" />
+             <mxPoint x="-289.74" y="962" as="targetPoint" />
          </mxGeometry>
        </mxCell>
        <mxCell id="wViumKwiQ37OSFoqWwF8-110" connectable="0" parent="1" style="edgeLabel;html=1;align=center;verticalAlign=middle;resizable=0;points=[];fontFamily=Helvetica;fontSize=16;fontColor=default;labelBackgroundColor=#E5CCFF;rotation=-90;" value="&lt;font face=&quot;Courier New&quot;&gt;&lt;b&gt;&amp;nbsp; &amp;nbsp;PAYLOAD PIPELINE&amp;nbsp; &amp;nbsp;&lt;/b&gt;&lt;/font&gt;" vertex="1">
-           <mxGeometry x="-277.99" y="571" as="geometry">
+           <mxGeometry x="-276" y="526" as="geometry">
            <mxPoint x="-4" as="offset" />
          </mxGeometry>
        </mxCell>
        <mxCell id="wViumKwiQ37OSFoqWwF8-111" connectable="0" parent="1" style="edgeLabel;html=1;align=center;verticalAlign=middle;resizable=0;points=[];fontFamily=Helvetica;fontSize=16;fontColor=default;labelBackgroundColor=#CCE4FF;rotation=-90;" value="&lt;font face=&quot;Courier New&quot;&gt;&lt;b&gt;&amp;nbsp; &amp;nbsp; MESSAGE PIPELINE&amp;nbsp; &amp;nbsp;&amp;nbsp;&lt;/b&gt;&lt;/font&gt;" vertex="1">
-           <mxGeometry x="-277.99" y="341.59" as="geometry">
-             <mxPoint x="-4" as="offset" />
-           </mxGeometry>
-         </mxCell>
-         <mxCell id="wViumKwiQ37OSFoqWwF8-112" edge="1" parent="1" source="wViumKwiQ37OSFoqWwF8-84" style="shape=connector;rounded=0;orthogonalLoop=1;jettySize=auto;html=1;entryX=0.002;entryY=0.03;entryDx=0;entryDy=0;entryPerimeter=0;strokeColor=default;align=center;verticalAlign=middle;fontFamily=Helvetica;fontSize=11;fontColor=default;labelBackgroundColor=default;endArrow=none;endFill=0;endSize=6;" target="wViumKwiQ37OSFoqWwF8-101">
-           <mxGeometry relative="1" as="geometry" />
+           <mxGeometry x="-276" y="296.59" as="geometry">
+             <mxPoint x="-4" as="offset" />
+           </mxGeometry>
        </mxCell>
        <mxCell id="wViumKwiQ37OSFoqWwF8-113" edge="1" parent="1" style="endArrow=none;dashed=1;html=1;dashPattern=1 3;strokeWidth=2;rounded=0;strokeColor=default;align=center;verticalAlign=middle;fontFamily=Helvetica;fontSize=11;fontColor=default;labelBackgroundColor=default;endSize=6;" value="">
          <mxGeometry height="50" relative="1" width="50" as="geometry">
-             <mxPoint x="-543" y="680" as="sourcePoint" />
-             <mxPoint x="-298.49" y="680" as="targetPoint" />
+             <mxPoint x="-541.01" y="683" as="sourcePoint" />
+             <mxPoint x="-296.5" y="683" as="targetPoint" />
          </mxGeometry>
        </mxCell>
        <mxCell id="wViumKwiQ37OSFoqWwF8-114" connectable="0" parent="1" style="edgeLabel;html=1;align=center;verticalAlign=middle;resizable=0;points=[];fontFamily=Helvetica;fontSize=16;fontColor=default;labelBackgroundColor=#FF6666;rotation=-90;" value="&lt;font face=&quot;Courier New&quot;&gt;&lt;b&gt;&amp;nbsp; &amp;nbsp; RECORD PIPELINE&amp;nbsp; &amp;nbsp;&lt;/b&gt;&lt;/font&gt;" vertex="1">
-           <mxGeometry x="-277.99" y="786" as="geometry">
+           <mxGeometry x="-169.01" y="818" as="geometry">
            <mxPoint x="-4" as="offset" />
          </mxGeometry>
        </mxCell>
        <mxCell id="wViumKwiQ37OSFoqWwF8-116" connectable="0" parent="1" style="edgeLabel;html=1;align=center;verticalAlign=middle;resizable=0;points=[];fontFamily=Helvetica;fontSize=16;fontColor=#000000;labelBackgroundColor=#B3B3B3;rotation=0;" value="&lt;font face=&quot;Courier New&quot;&gt;&lt;b&gt;&amp;nbsp;TRANSITORY OBJECTS&amp;nbsp;&lt;/b&gt;&lt;/font&gt;" vertex="1">
-           <mxGeometry x="-411" y="1112" as="geometry">
-             <mxPoint x="-4" as="offset" />
+           <mxGeometry x="-421.01" y="1104" as="geometry">
+             <mxPoint x="-4" as="offset" />
+           </mxGeometry>
+         </mxCell>
+         <mxCell id="fLMfXwi8_ERL1RYvXCFI-23" edge="1" parent="1" source="fLMfXwi8_ERL1RYvXCFI-10" style="edgeStyle=orthogonalEdgeStyle;shape=connector;curved=1;rounded=0;orthogonalLoop=1;jettySize=auto;html=1;strokeColor=default;align=center;verticalAlign=middle;fontFamily=Helvetica;fontSize=11;fontColor=default;labelBackgroundColor=default;endArrow=none;endFill=0;endSize=6;startArrow=diamondThin;startFill=1;startSize=11;entryX=1;entryY=0.5;entryDx=0;entryDy=0;" target="wViumKwiQ37OSFoqWwF8-85">
+           <mxGeometry relative="1" as="geometry">
+             <Array as="points">
+               <mxPoint x="-262.01" y="926" />
+             </Array>
+             <mxPoint x="-425.01" y="916" as="targetPoint" />
+           </mxGeometry>
+         </mxCell>
+         <mxCell id="fLMfXwi8_ERL1RYvXCFI-10" parent="1" style="swimlane;fontStyle=1;align=center;verticalAlign=top;childLayout=stackLayout;horizontal=1;startSize=26;horizontalStack=0;resizeParent=1;resizeParentMax=0;resizeLast=0;collapsible=1;marginBottom=0;whiteSpace=wrap;html=1;fontFamily=Helvetica;fontSize=11;fontColor=default;labelBackgroundColor=none;gradientColor=none;fillColor=#FF6666;" value="TimeSeriesObservationRecord" vertex="1">
+           <mxGeometry height="148" width="200" x="-403.01000000000005" y="696" as="geometry" />
+         </mxCell>
+         <mxCell id="fLMfXwi8_ERL1RYvXCFI-11" parent="fLMfXwi8_ERL1RYvXCFI-10" style="text;strokeColor=none;fillColor=none;align=left;verticalAlign=top;spacingLeft=4;spacingRight=4;overflow=hidden;rotatable=0;points=[[0,0.5],[1,0.5]];portConstraint=eastwest;whiteSpace=wrap;html=1;fontFamily=Helvetica;fontSize=9;fontColor=default;labelBackgroundColor=default;" value="+ sensor_uuid: str" vertex="1">
+           <mxGeometry height="19" width="200" y="26" as="geometry" />
+         </mxCell>
+         <mxCell id="fLMfXwi8_ERL1RYvXCFI-22" parent="fLMfXwi8_ERL1RYvXCFI-10" style="text;strokeColor=none;fillColor=none;align=left;verticalAlign=top;spacingLeft=4;spacingRight=4;overflow=hidden;rotatable=0;points=[[0,0.5],[1,0.5]];portConstraint=eastwest;whiteSpace=wrap;html=1;fontFamily=Helvetica;fontSize=9;fontColor=default;labelBackgroundColor=default;" value="+ datastream: str" vertex="1">
+           <mxGeometry height="19" width="200" y="45" as="geometry" />
+         </mxCell>
+         <mxCell id="fLMfXwi8_ERL1RYvXCFI-12" parent="fLMfXwi8_ERL1RYvXCFI-10" style="text;strokeColor=none;fillColor=none;align=left;verticalAlign=top;spacingLeft=4;spacingRight=4;overflow=hidden;rotatable=0;points=[[0,0.5],[1,0.5]];portConstraint=eastwest;whiteSpace=wrap;html=1;fontFamily=Helvetica;fontSize=9;fontColor=default;labelBackgroundColor=default;" value="+ &lt;font style=&quot;color: rgb(229, 20, 0);&quot;&gt;timeseries&lt;/font&gt;: tuple(Any)]" vertex="1">
+           <mxGeometry height="19" width="200" y="64" as="geometry" />
+         </mxCell>
+         <mxCell id="fLMfXwi8_ERL1RYvXCFI-13" parent="fLMfXwi8_ERL1RYvXCFI-10" style="text;strokeColor=none;fillColor=none;align=left;verticalAlign=top;spacingLeft=4;spacingRight=4;overflow=hidden;rotatable=0;points=[[0,0.5],[1,0.5]];portConstraint=eastwest;whiteSpace=wrap;html=1;fontFamily=Helvetica;fontSize=9;fontColor=default;labelBackgroundColor=default;" value="+ &lt;font style=&quot;color: rgb(0, 0, 0);&quot;&gt;provider_start_time&lt;/font&gt;: Optional[datetime]" vertex="1">
+           <mxGeometry height="19" width="200" y="83" as="geometry" />
+         </mxCell>
+         <mxCell id="fLMfXwi8_ERL1RYvXCFI-14" parent="fLMfXwi8_ERL1RYvXCFI-10" style="text;strokeColor=none;fillColor=none;align=left;verticalAlign=top;spacingLeft=4;spacingRight=4;overflow=hidden;rotatable=0;points=[[0,0.5],[1,0.5]];portConstraint=eastwest;whiteSpace=wrap;html=1;fontFamily=Helvetica;fontSize=9;fontColor=default;labelBackgroundColor=default;" value="+ &lt;font style=&quot;color: rgb(0, 0, 0);&quot;&gt;phenomenon_start_time&lt;/font&gt;: datetime" vertex="1">
+           <mxGeometry height="19" width="200" y="102" as="geometry" />
+         </mxCell>
+         <mxCell id="fLMfXwi8_ERL1RYvXCFI-16" parent="fLMfXwi8_ERL1RYvXCFI-10" style="text;strokeColor=none;fillColor=none;align=left;verticalAlign=top;spacingLeft=4;spacingRight=4;overflow=hidden;rotatable=0;points=[[0,0.5],[1,0.5]];portConstraint=eastwest;whiteSpace=wrap;html=1;fontFamily=Helvetica;fontSize=9;fontColor=default;labelBackgroundColor=default;" value="+ sample_rate: float" vertex="1">
+           <mxGeometry height="19" width="200" y="121" as="geometry" />
+         </mxCell>
+         <mxCell id="fLMfXwi8_ERL1RYvXCFI-15" parent="fLMfXwi8_ERL1RYvXCFI-10" style="line;strokeWidth=1;fillColor=none;align=left;verticalAlign=middle;spacingTop=-1;spacingLeft=3;spacingRight=3;rotatable=0;labelPosition=right;points=[];portConstraint=eastwest;strokeColor=inherit;fontFamily=Helvetica;fontSize=11;fontColor=default;labelBackgroundColor=default;" value="" vertex="1">
+           <mxGeometry height="8" width="200" y="140" as="geometry" />
+         </mxCell>
+         <mxCell id="fLMfXwi8_ERL1RYvXCFI-17" connectable="0" parent="1" style="edgeLabel;html=1;align=center;verticalAlign=middle;resizable=0;points=[];fontFamily=Helvetica;fontSize=11;fontColor=default;labelBackgroundColor=default;" value="&lt;font face=&quot;Courier New&quot;&gt;&lt;b&gt;OR&lt;/b&gt;&lt;/font&gt;" vertex="1">
+           <mxGeometry x="-414.01" y="789" as="geometry">
+             <mxPoint x="-3" y="1" as="offset" />
+           </mxGeometry>
+         </mxCell>
+         <mxCell id="wViumKwiQ37OSFoqWwF8-93" connectable="0" parent="1" style="edgeLabel;html=1;align=center;verticalAlign=middle;resizable=0;points=[];fontFamily=Helvetica;fontSize=11;fontColor=default;labelBackgroundColor=default;" value="&lt;font face=&quot;Courier New&quot;&gt;Normalizer.to_stObservation(...)&lt;/font&gt;" vertex="1">
+           <mxGeometry x="-400.51" y="877" as="geometry">
+             <mxPoint x="3" y="-5" as="offset" />
          </mxGeometry>
        </mxCell>
      </root>
    </mxGraphModel>
  </diagram>
</mxfile>
